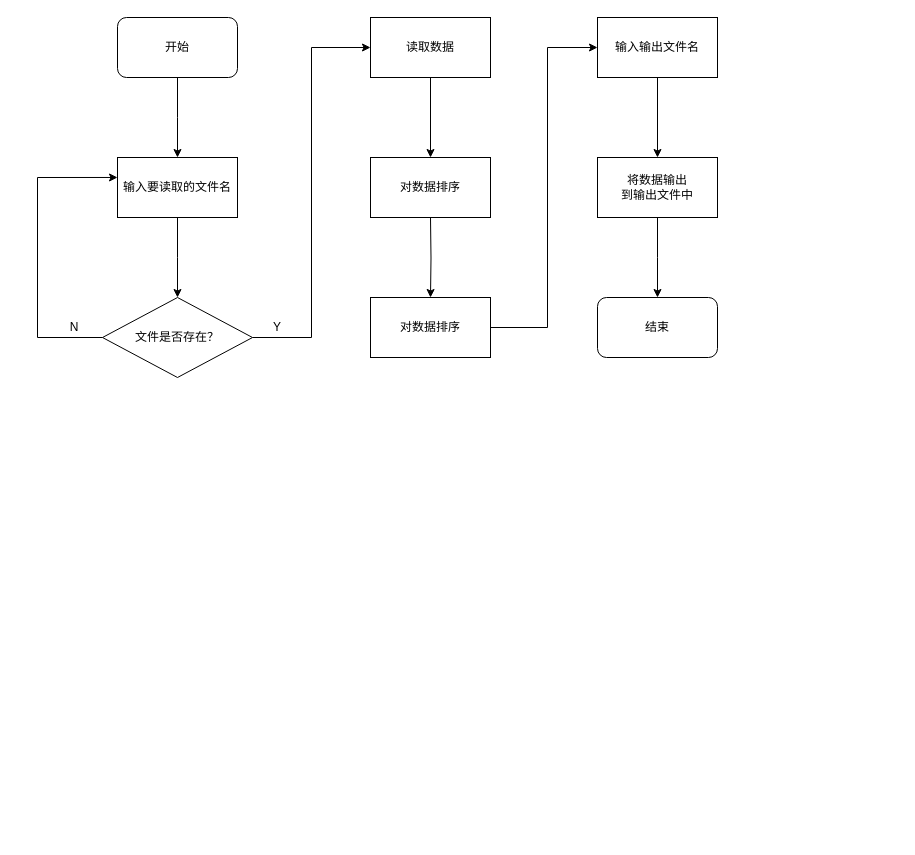
The draw.io diagram lhtest.drawio in FcAYH/CodeForVSC, before the edit. Source tidied: cells renumbered, new cells numbered last; positions are measured from the earlier drawing's top-left corner, leaving out a move shared by most shapes. Both pictures are drawn from the tidied source at 100%, with x=0, y=0 at pixel (37, 17).
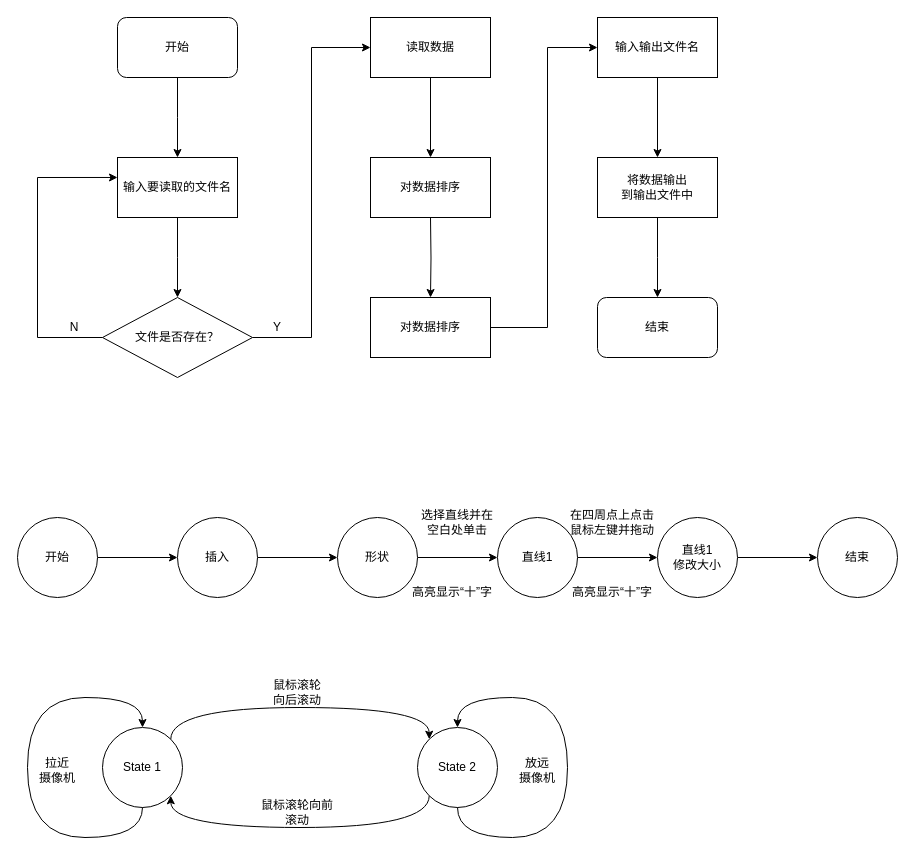
The same diagram, later.

Diff of the diagram source:
```diff
@@
+    <mxCell id="24" style="edgeStyle=none;html=1;" parent="1" edge="1" source="25" target="27">
+      <mxGeometry relative="1" as="geometry" />
+    </mxCell>
+    <mxCell id="25" value="开始" style="ellipse;whiteSpace=wrap;html=1;" parent="1" vertex="1">
+      <mxGeometry x="-20" y="500" width="80" height="80" as="geometry" />
+    </mxCell>
+    <mxCell id="26" style="edgeStyle=none;html=1;" parent="1" edge="1" source="27" target="29">
+      <mxGeometry relative="1" as="geometry" />
+    </mxCell>
+    <mxCell id="27" value="插入" style="ellipse;whiteSpace=wrap;html=1;" parent="1" vertex="1">
+      <mxGeometry x="140" y="500" width="80" height="80" as="geometry" />
+    </mxCell>
+    <mxCell id="28" style="edgeStyle=none;html=1;" parent="1" edge="1" source="29" target="31">
+      <mxGeometry relative="1" as="geometry" />
+    </mxCell>
+    <mxCell id="29" value="形状" style="ellipse;whiteSpace=wrap;html=1;" parent="1" vertex="1">
+      <mxGeometry x="300" y="500" width="80" height="80" as="geometry" />
+    </mxCell>
+    <mxCell id="30" style="edgeStyle=none;html=1;" parent="1" edge="1" source="31" target="33">
+      <mxGeometry relative="1" as="geometry" />
+    </mxCell>
+    <mxCell id="31" value="直线1" style="ellipse;whiteSpace=wrap;html=1;" parent="1" vertex="1">
+      <mxGeometry x="460" y="500" width="80" height="80" as="geometry" />
+    </mxCell>
+    <mxCell id="32" style="edgeStyle=none;html=1;" parent="1" edge="1" source="33" target="34">
+      <mxGeometry relative="1" as="geometry" />
+    </mxCell>
+    <mxCell id="33" value="直线1&lt;br&gt;修改大小" style="ellipse;whiteSpace=wrap;html=1;" parent="1" vertex="1">
+      <mxGeometry x="620" y="500" width="80" height="80" as="geometry" />
+    </mxCell>
+    <mxCell id="34" value="结束" style="ellipse;whiteSpace=wrap;html=1;" parent="1" vertex="1">
+      <mxGeometry x="780" y="500" width="80" height="80" as="geometry" />
+    </mxCell>
+    <mxCell id="35" value="选择直线并在空白处单击" style="text;html=1;strokeColor=none;fillColor=none;align=center;verticalAlign=middle;whiteSpace=wrap;rounded=0;" parent="1" vertex="1">
+      <mxGeometry x="380" y="490" width="80" height="30" as="geometry" />
+    </mxCell>
+    <mxCell id="36" value="高亮显示“十”字" style="text;html=1;strokeColor=none;fillColor=none;align=center;verticalAlign=middle;whiteSpace=wrap;rounded=0;" parent="1" vertex="1">
+      <mxGeometry x="370" y="560" width="90" height="30" as="geometry" />
+    </mxCell>
+    <mxCell id="37" value="在四周点上点击鼠标左键并拖动" style="text;html=1;strokeColor=none;fillColor=none;align=center;verticalAlign=middle;whiteSpace=wrap;rounded=0;" parent="1" vertex="1">
+      <mxGeometry x="530" y="490" width="90" height="30" as="geometry" />
+    </mxCell>
+    <mxCell id="38" value="高亮显示“十”字" style="text;html=1;strokeColor=none;fillColor=none;align=center;verticalAlign=middle;whiteSpace=wrap;rounded=0;" parent="1" vertex="1">
+      <mxGeometry x="530" y="560" width="90" height="30" as="geometry" />
+    </mxCell>
+    <mxCell id="39" style="edgeStyle=orthogonalEdgeStyle;html=1;exitX=1;exitY=0;exitDx=0;exitDy=0;entryX=0;entryY=0;entryDx=0;entryDy=0;curved=1;" parent="1" edge="1" source="40" target="42">
+      <mxGeometry relative="1" as="geometry">
+        <Array as="points">
+          <mxPoint x="133" y="690" />
+          <mxPoint x="392" y="690" />
+        </Array>
+      </mxGeometry>
+    </mxCell>
+    <mxCell id="40" value="State 1" style="ellipse;whiteSpace=wrap;html=1;" parent="1" vertex="1">
+      <mxGeometry x="65" y="710" width="80" height="80" as="geometry" />
+    </mxCell>
+    <mxCell id="41" style="edgeStyle=orthogonalEdgeStyle;html=1;exitX=0;exitY=1;exitDx=0;exitDy=0;entryX=1;entryY=1;entryDx=0;entryDy=0;curved=1;" parent="1" edge="1" source="42" target="40">
+      <mxGeometry relative="1" as="geometry">
+        <Array as="points">
+          <mxPoint x="392" y="810" />
+          <mxPoint x="133" y="810" />
+        </Array>
+      </mxGeometry>
+    </mxCell>
+    <mxCell id="42" value="State 2" style="ellipse;whiteSpace=wrap;html=1;" parent="1" vertex="1">
+      <mxGeometry x="380" y="710" width="80" height="80" as="geometry" />
+    </mxCell>
+    <mxCell id="43" style="edgeStyle=orthogonalEdgeStyle;curved=1;html=1;exitX=0.5;exitY=1;exitDx=0;exitDy=0;entryX=0.5;entryY=0;entryDx=0;entryDy=0;" parent="1" edge="1" source="42" target="42">
+      <mxGeometry relative="1" as="geometry">
+        <Array as="points">
+          <mxPoint x="420" y="820" />
+          <mxPoint x="530" y="820" />
+          <mxPoint x="530" y="680" />
+          <mxPoint x="420" y="680" />
+        </Array>
+      </mxGeometry>
+    </mxCell>
+    <mxCell id="44" style="edgeStyle=orthogonalEdgeStyle;curved=1;html=1;exitX=0.5;exitY=1;exitDx=0;exitDy=0;entryX=0.5;entryY=0;entryDx=0;entryDy=0;" parent="1" edge="1" source="40" target="40">
+      <mxGeometry relative="1" as="geometry">
+        <Array as="points">
+          <mxPoint x="105" y="820" />
+          <mxPoint x="-10" y="820" />
+          <mxPoint x="-10" y="680" />
+          <mxPoint x="105" y="680" />
+        </Array>
+      </mxGeometry>
+    </mxCell>
+    <mxCell id="45" value="鼠标滚轮向后滚动" style="text;html=1;strokeColor=none;fillColor=none;align=center;verticalAlign=middle;whiteSpace=wrap;rounded=0;" parent="1" vertex="1">
+      <mxGeometry x="230" y="660" width="60" height="30" as="geometry" />
+    </mxCell>
+    <mxCell id="46" value="鼠标滚轮向前滚动" style="text;html=1;strokeColor=none;fillColor=none;align=center;verticalAlign=middle;whiteSpace=wrap;rounded=0;" parent="1" vertex="1">
+      <mxGeometry x="220" y="780" width="80" height="30" as="geometry" />
+    </mxCell>
+    <mxCell id="47" value="拉近&lt;br&gt;摄像机" style="text;html=1;strokeColor=none;fillColor=none;align=center;verticalAlign=middle;whiteSpace=wrap;rounded=0;" parent="1" vertex="1">
+      <mxGeometry x="-10" y="725" width="60" height="55" as="geometry" />
+    </mxCell>
+    <mxCell id="48" value="放远&lt;br&gt;摄像机" style="text;html=1;strokeColor=none;fillColor=none;align=center;verticalAlign=middle;whiteSpace=wrap;rounded=0;" parent="1" vertex="1">
+      <mxGeometry x="470" y="725" width="60" height="55" as="geometry" />
+    </mxCell>
```
